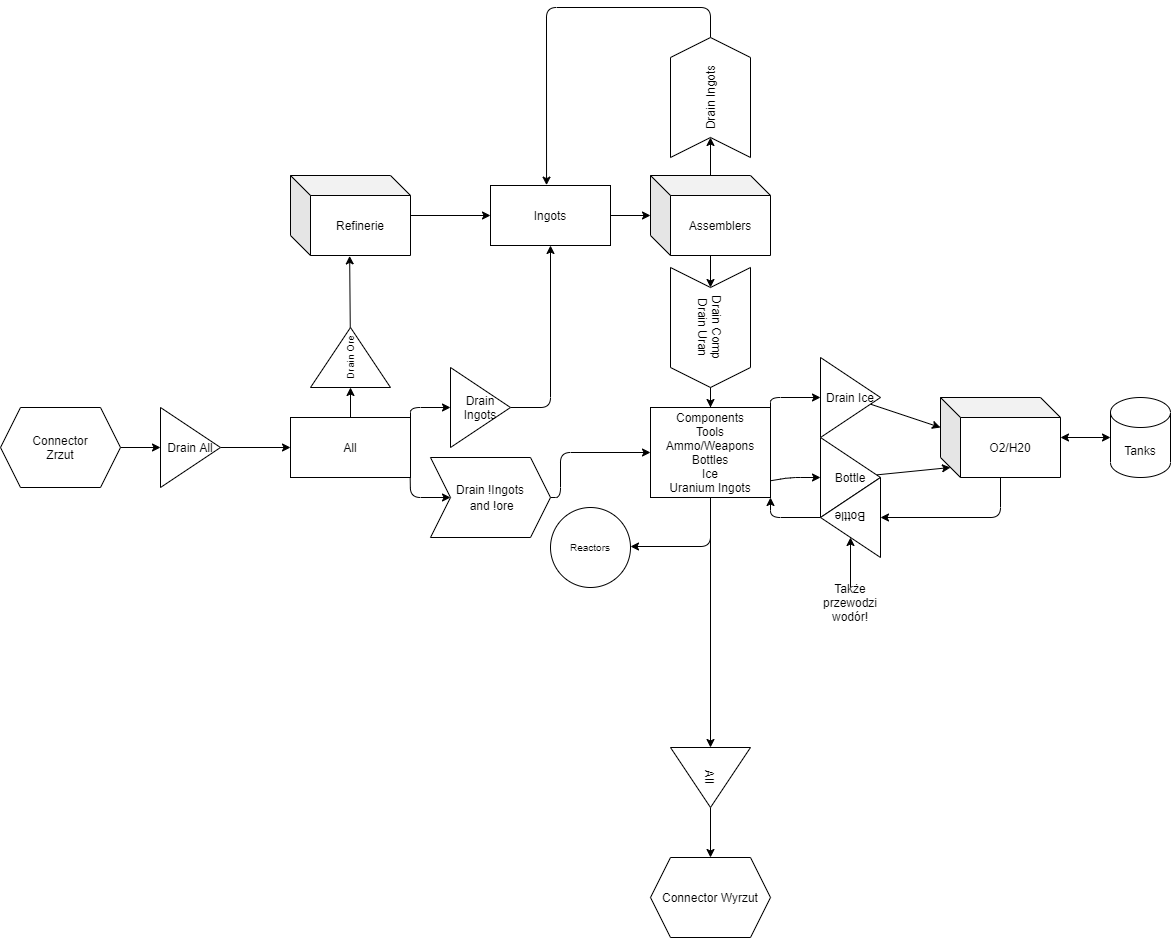
The draw.io diagram schematics/conveyors.drawio.png in shoter/SpaceEngineersScripts, before a commit. Source tidied: cells renumbered, new cells last; positions are measured from the earlier drawing's top-left corner, leaving out a move shared by most shapes.
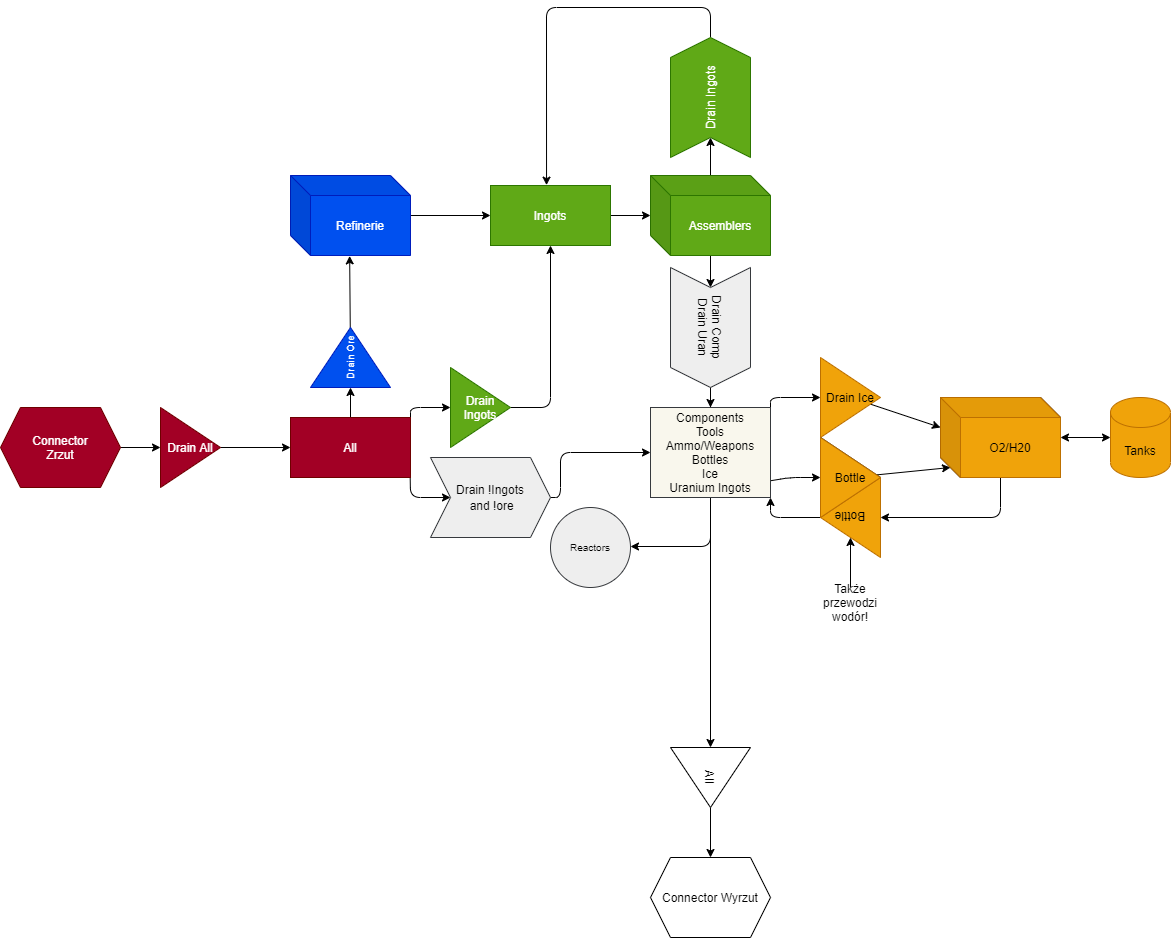
After the commit.

Commit message:
ifeat: collor coding

Change to the diagram source:
```diff
@@ -5,7 +5,7 @@
     <mxCell id="2" style="edgeStyle=none;html=1;entryX=0;entryY=0.5;entryDx=0;entryDy=0;" parent="1" edge="1" source="3" target="7">
       <mxGeometry relative="1" as="geometry" />
     </mxCell>
-    <mxCell id="3" value="Drain All" style="triangle;whiteSpace=wrap;html=1;" parent="1" vertex="1">
+    <mxCell id="3" value="Drain All" style="triangle;whiteSpace=wrap;html=1;fillColor=#a20025;fontColor=#ffffff;strokeColor=#6F0000;" parent="1" vertex="1">
       <mxGeometry x="160" y="400" width="60" height="80" as="geometry" />
     </mxCell>
     <mxCell id="4" style="edgeStyle=none;html=1;entryX=0;entryY=0.5;entryDx=0;entryDy=0;" parent="1" edge="1" source="7" target="11">
@@ -26,31 +26,31 @@
         </Array>
       </mxGeometry>
     </mxCell>
-    <mxCell id="7" value="All" style="rounded=0;whiteSpace=wrap;html=1;" parent="1" vertex="1">
+    <mxCell id="7" value="All" style="rounded=0;whiteSpace=wrap;html=1;fillColor=#a20025;fontColor=#ffffff;strokeColor=#6F0000;" parent="1" vertex="1">
       <mxGeometry x="290" y="410" width="120" height="60" as="geometry" />
     </mxCell>
     <mxCell id="8" style="edgeStyle=none;html=1;entryX=0;entryY=0.5;entryDx=0;entryDy=0;" parent="1" edge="1" source="9" target="3">
       <mxGeometry relative="1" as="geometry" />
     </mxCell>
-    <mxCell id="9" value="Connector&lt;br&gt;Zrzut" style="shape=hexagon;perimeter=hexagonPerimeter2;whiteSpace=wrap;html=1;fixedSize=1;" parent="1" vertex="1">
+    <mxCell id="9" value="Connector&lt;br&gt;Zrzut" style="shape=hexagon;perimeter=hexagonPerimeter2;whiteSpace=wrap;html=1;fixedSize=1;fillColor=#a20025;strokeColor=#6F0000;fontColor=#ffffff;" parent="1" vertex="1">
       <mxGeometry y="400" width="120" height="80" as="geometry" />
     </mxCell>
     <mxCell id="10" style="edgeStyle=none;html=1;entryX=0.493;entryY=1.005;entryDx=0;entryDy=0;entryPerimeter=0;" parent="1" edge="1" source="11" target="13">
       <mxGeometry relative="1" as="geometry" />
     </mxCell>
-    <mxCell id="11" value="Drain Ore" style="triangle;whiteSpace=wrap;html=1;rotation=-90;fontSize=10;" parent="1" vertex="1">
+    <mxCell id="11" value="Drain Ore" style="triangle;whiteSpace=wrap;html=1;rotation=-90;fontSize=10;fillColor=#0050ef;fontColor=#ffffff;strokeColor=#001DBC;" parent="1" vertex="1">
       <mxGeometry x="320" y="310" width="60" height="80" as="geometry" />
     </mxCell>
     <mxCell id="12" style="edgeStyle=none;html=1;entryX=0;entryY=0.5;entryDx=0;entryDy=0;" parent="1" edge="1" source="13" target="15">
       <mxGeometry relative="1" as="geometry" />
     </mxCell>
-    <mxCell id="13" value="Refinerie" style="shape=cube;whiteSpace=wrap;html=1;boundedLbl=1;backgroundOutline=1;darkOpacity=0.05;darkOpacity2=0.1;" parent="1" vertex="1">
+    <mxCell id="13" value="Refinerie" style="shape=cube;whiteSpace=wrap;html=1;boundedLbl=1;backgroundOutline=1;darkOpacity=0.05;darkOpacity2=0.1;fillColor=#0050ef;fontColor=#ffffff;strokeColor=#001DBC;" parent="1" vertex="1">
       <mxGeometry x="290" y="168" width="120" height="80" as="geometry" />
     </mxCell>
     <mxCell id="14" style="edgeStyle=none;html=1;" parent="1" edge="1" source="15" target="21">
       <mxGeometry relative="1" as="geometry" />
     </mxCell>
-    <mxCell id="15" value="Ingots" style="rounded=0;whiteSpace=wrap;html=1;" parent="1" vertex="1">
+    <mxCell id="15" value="Ingots" style="rounded=0;whiteSpace=wrap;html=1;fillColor=#60a917;fontColor=#ffffff;strokeColor=#2D7600;" parent="1" vertex="1">
       <mxGeometry x="490" y="178" width="120" height="60" as="geometry" />
     </mxCell>
     <mxCell id="16" style="edgeStyle=none;html=1;entryX=0.5;entryY=1;entryDx=0;entryDy=0;" parent="1" edge="1" source="17" target="15">
@@ -60,7 +60,7 @@
         </Array>
       </mxGeometry>
     </mxCell>
-    <mxCell id="17" value="Drain Ingots" style="triangle;whiteSpace=wrap;html=1;" parent="1" vertex="1">
+    <mxCell id="17" value="Drain Ingots" style="triangle;whiteSpace=wrap;html=1;fillColor=#60a917;fontColor=#ffffff;strokeColor=#2D7600;" parent="1" vertex="1">
       <mxGeometry x="450" y="360" width="60" height="80" as="geometry" />
     </mxCell>
     <mxCell id="18" style="edgeStyle=none;html=1;entryX=0;entryY=0.5;entryDx=0;entryDy=0;exitX=1;exitY=0.5;exitDx=0;exitDy=0;" parent="1" edge="1" source="42" target="26">
@@ -77,7 +77,7 @@
     <mxCell id="20" style="edgeStyle=none;html=1;entryX=0;entryY=0.5;entryDx=0;entryDy=0;" parent="1" edge="1" source="21" target="47">
       <mxGeometry relative="1" as="geometry" />
     </mxCell>
-    <mxCell id="21" value="Assemblers" style="shape=cube;whiteSpace=wrap;html=1;boundedLbl=1;backgroundOutline=1;darkOpacity=0.05;darkOpacity2=0.1;" parent="1" vertex="1">
+    <mxCell id="21" value="Assemblers" style="shape=cube;whiteSpace=wrap;html=1;boundedLbl=1;backgroundOutline=1;darkOpacity=0.05;darkOpacity2=0.1;fillColor=#60a917;fontColor=#ffffff;strokeColor=#2D7600;" parent="1" vertex="1">
       <mxGeometry x="650" y="168" width="120" height="80" as="geometry" />
     </mxCell>
     <mxCell id="22" style="edgeStyle=none;html=1;entryX=0;entryY=0.5;entryDx=0;entryDy=0;exitX=1;exitY=0;exitDx=0;exitDy=0;" parent="1" edge="1" source="26" target="31">
@@ -106,7 +106,7 @@
         </Array>
       </mxGeometry>
     </mxCell>
-    <mxCell id="26" value="Components&lt;br&gt;Tools&lt;br&gt;Ammo/Weapons&lt;br&gt;Bottles&lt;br&gt;Ice&lt;br&gt;Uranium Ingots" style="rounded=0;whiteSpace=wrap;html=1;" parent="1" vertex="1">
+    <mxCell id="26" value="Components&lt;br&gt;Tools&lt;br&gt;Ammo/Weapons&lt;br&gt;Bottles&lt;br&gt;Ice&lt;br&gt;Uranium Ingots" style="rounded=0;whiteSpace=wrap;html=1;fillColor=#f9f7ed;strokeColor=#36393d;fontColor=#000000;" parent="1" vertex="1">
       <mxGeometry x="650" y="400" width="120" height="90" as="geometry" />
     </mxCell>
     <mxCell id="27" style="edgeStyle=none;html=1;entryX=0;entryY=0.5;entryDx=0;entryDy=0;" parent="1" edge="1" source="29" target="35">
@@ -125,7 +125,7 @@
     <mxCell id="30" style="edgeStyle=none;html=1;entryX=0;entryY=0;entryDx=0;entryDy=30;entryPerimeter=0;" parent="1" edge="1" source="31" target="29">
       <mxGeometry relative="1" as="geometry" />
     </mxCell>
-    <mxCell id="31" value="Drain Ice" style="triangle;whiteSpace=wrap;html=1;" parent="1" vertex="1">
+    <mxCell id="31" value="Drain Ice" style="triangle;whiteSpace=wrap;html=1;fillColor=#f0a30a;fontColor=#000000;strokeColor=#BD7000;" parent="1" vertex="1">
       <mxGeometry x="820" y="350" width="60" height="80" as="geometry" />
     </mxCell>
     <mxCell id="32" style="edgeStyle=none;html=1;entryX=0;entryY=0;entryDx=10;entryDy=70;entryPerimeter=0;" parent="1" edge="1" source="33" target="29">
@@ -141,7 +141,7 @@
         </Array>
       </mxGeometry>
     </mxCell>
-    <mxCell id="35" value="Bottle" style="triangle;whiteSpace=wrap;html=1;rotation=-180;" parent="1" vertex="1">
+    <mxCell id="35" value="Bottle" style="triangle;whiteSpace=wrap;html=1;rotation=-180;fillColor=#f0a30a;fontColor=#000000;strokeColor=#BD7000;" parent="1" vertex="1">
       <mxGeometry x="820" y="470" width="60" height="80" as="geometry" />
     </mxCell>
     <mxCell id="36" style="edgeStyle=none;html=1;entryX=0.5;entryY=0;entryDx=0;entryDy=0;" parent="1" edge="1" source="37" target="35">
@@ -150,7 +150,7 @@
     <mxCell id="37" value="Także przewodzi wodór!" style="text;html=1;strokeColor=none;fillColor=none;align=center;verticalAlign=middle;whiteSpace=wrap;rounded=0;" parent="1" vertex="1">
       <mxGeometry x="820" y="580" width="60" height="30" as="geometry" />
     </mxCell>
-    <mxCell id="38" value="Tanks" style="shape=cylinder3;whiteSpace=wrap;html=1;boundedLbl=1;backgroundOutline=1;size=15;" parent="1" vertex="1">
+    <mxCell id="38" value="Tanks" style="shape=cylinder3;whiteSpace=wrap;html=1;boundedLbl=1;backgroundOutline=1;size=15;fillColor=#f0a30a;fontColor=#000000;strokeColor=#BD7000;" parent="1" vertex="1">
       <mxGeometry x="1110" y="390" width="60" height="80" as="geometry" />
     </mxCell>
     <mxCell id="39" value="Connector Wyrzut" style="shape=hexagon;perimeter=hexagonPerimeter2;whiteSpace=wrap;html=1;fixedSize=1;" parent="1" vertex="1">
@@ -162,16 +162,16 @@
     <mxCell id="41" value="All" style="triangle;whiteSpace=wrap;html=1;rotation=90;" parent="1" vertex="1">
       <mxGeometry x="680" y="730" width="60" height="80" as="geometry" />
     </mxCell>
-    <mxCell id="42" value="&lt;span style=&quot;font-size: 12px&quot;&gt;Drain !Ingots&lt;/span&gt;&lt;br style=&quot;font-size: 12px&quot;&gt;&lt;span style=&quot;font-size: 12px&quot;&gt;&amp;nbsp;and !ore&lt;/span&gt;" style="shape=step;perimeter=stepPerimeter;whiteSpace=wrap;html=1;fixedSize=1;fontSize=10;" parent="1" vertex="1">
+    <mxCell id="42" value="&lt;span style=&quot;font-size: 12px&quot;&gt;Drain !Ingots&lt;/span&gt;&lt;br style=&quot;font-size: 12px&quot;&gt;&lt;span style=&quot;font-size: 12px&quot;&gt;&amp;nbsp;and !ore&lt;/span&gt;" style="shape=step;perimeter=stepPerimeter;whiteSpace=wrap;html=1;fixedSize=1;fontSize=10;fillColor=#eeeeee;strokeColor=#36393d;fontColor=#000000;" parent="1" vertex="1">
       <mxGeometry x="430" y="450" width="120" height="80" as="geometry" />
     </mxCell>
     <mxCell id="43" style="edgeStyle=none;html=1;entryX=0.5;entryY=0;entryDx=0;entryDy=0;fontSize=10;startArrow=none;startFill=0;" parent="1" edge="1" source="44" target="26">
       <mxGeometry relative="1" as="geometry" />
     </mxCell>
-    <mxCell id="44" value="&lt;span style=&quot;font-size: 12px&quot;&gt;Drain Comp&lt;br&gt;Drain Uran&lt;br&gt;&lt;/span&gt;" style="shape=step;perimeter=stepPerimeter;whiteSpace=wrap;html=1;fixedSize=1;fontSize=10;rotation=90;" parent="1" vertex="1">
+    <mxCell id="44" value="&lt;span style=&quot;font-size: 12px&quot;&gt;Drain Comp&lt;br&gt;Drain Uran&lt;br&gt;&lt;/span&gt;" style="shape=step;perimeter=stepPerimeter;whiteSpace=wrap;html=1;fixedSize=1;fontSize=10;rotation=90;fillColor=#eeeeee;strokeColor=#36393d;fontColor=#000000;" parent="1" vertex="1">
       <mxGeometry x="650" y="280" width="120" height="80" as="geometry" />
     </mxCell>
-    <mxCell id="45" value="Reactors" style="ellipse;whiteSpace=wrap;html=1;fontSize=10;" parent="1" vertex="1">
+    <mxCell id="45" value="Reactors" style="ellipse;whiteSpace=wrap;html=1;fontSize=10;fillColor=#eeeeee;strokeColor=#36393d;fontColor=#000000;" parent="1" vertex="1">
       <mxGeometry x="550" y="500" width="80" height="80" as="geometry" />
     </mxCell>
     <mxCell id="46" style="edgeStyle=none;html=1;entryX=0.467;entryY=-0.006;entryDx=0;entryDy=0;entryPerimeter=0;" parent="1" edge="1" source="47" target="15">
@@ -182,8 +182,14 @@
         </Array>
       </mxGeometry>
     </mxCell>
-    <mxCell id="47" value="&lt;span style=&quot;font-size: 12px&quot;&gt;Drain Ingots&lt;br&gt;&lt;/span&gt;" style="shape=step;perimeter=stepPerimeter;whiteSpace=wrap;html=1;fixedSize=1;fontSize=10;rotation=-90;" parent="1" vertex="1">
+    <mxCell id="47" value="&lt;span style=&quot;font-size: 12px&quot;&gt;Drain Ingots&lt;br&gt;&lt;/span&gt;" style="shape=step;perimeter=stepPerimeter;whiteSpace=wrap;html=1;fixedSize=1;fontSize=10;rotation=-90;fillColor=#60a917;fontColor=#ffffff;strokeColor=#2D7600;" parent="1" vertex="1">
       <mxGeometry x="650" y="50" width="120" height="80" as="geometry" />
     </mxCell>
+    <mxCell id="48" value="Bottle" style="triangle;whiteSpace=wrap;html=1;fillColor=#f0a30a;fontColor=#000000;strokeColor=#BD7000;" parent="1" vertex="1">
+      <mxGeometry x="820" y="430" width="60" height="80" as="geometry" />
+    </mxCell>
+    <mxCell id="49" value="O2/H20" style="shape=cube;whiteSpace=wrap;html=1;boundedLbl=1;backgroundOutline=1;darkOpacity=0.05;darkOpacity2=0.1;fillColor=#f0a30a;fontColor=#000000;strokeColor=#BD7000;" parent="1" vertex="1">
+      <mxGeometry x="940" y="390" width="120" height="80" as="geometry" />
+    </mxCell>
   </root>
 </mxGraphModel>
```
